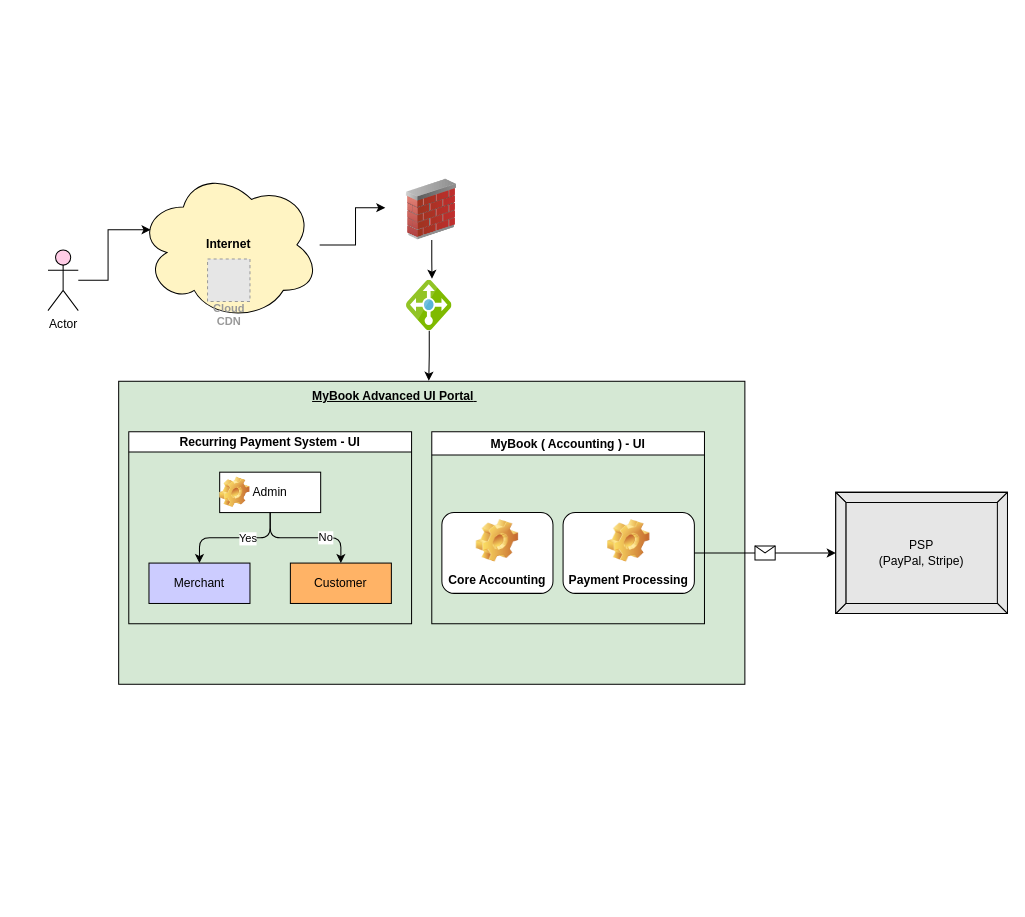
Above: Untitled Diagram.drawio in kk-ecu/tobedeleted (draw.io), before the change. Source tidied: cells renumbered, new cells numbered last; positions are measured from the earlier drawing's top-left corner, leaving out a move shared by most shapes. Both pictures are drawn from the tidied source at 101%, with x=0, y=0 at pixel (47, 169). Pictures stored in the file or linked from it are replaced by grey dashed boxes.
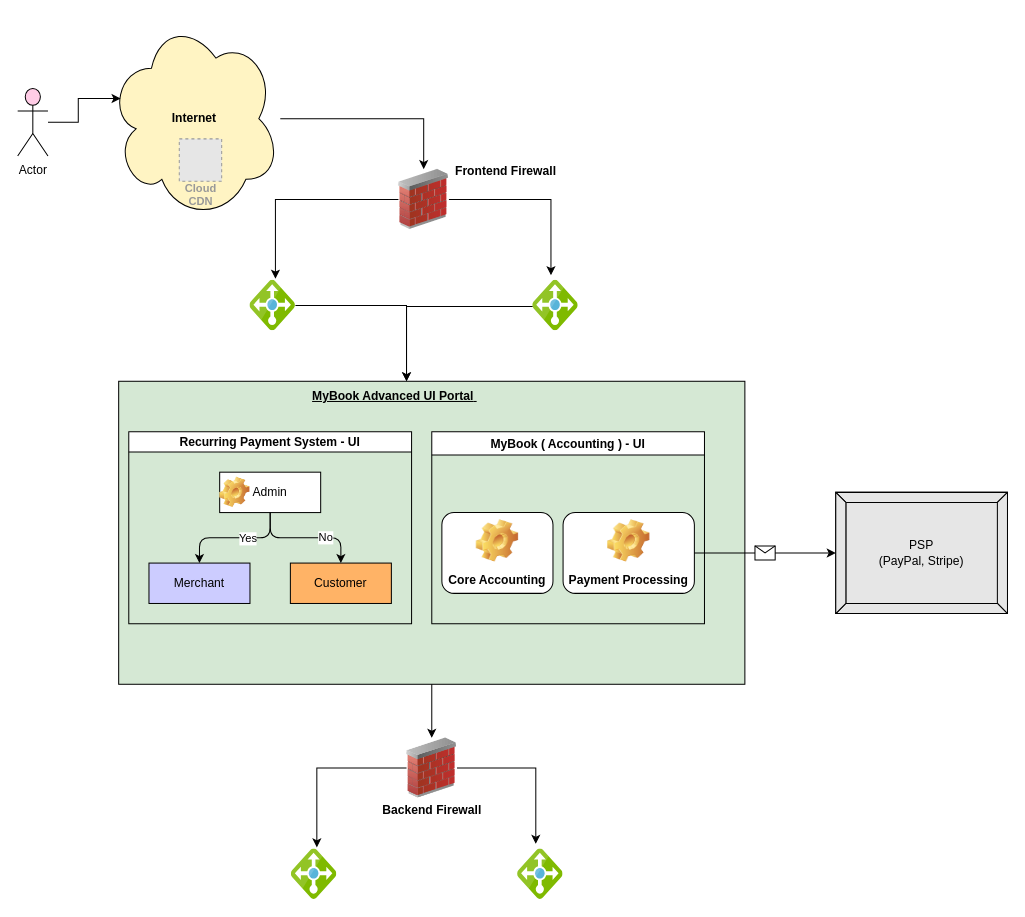
The same page after the edit.

The change refers to these unchanged cells:
```xml
<mxCell id="7" style="rounded=0;whiteSpace=wrap;html=1;fillColor=#D5E8D4;" parent="6" vertex="1">
  <mxGeometry width="620" height="300" as="geometry" />
</mxCell>
<mxCell id="8" value="&lt;div style=&quot;&quot;&gt;&lt;span style=&quot;background-color: initial;&quot;&gt;MyBook Advanced UI Portal&lt;/span&gt;&lt;span style=&quot;background-color: initial; text-wrap: nowrap; color: rgba(0, 0, 0, 0); font-family: monospace; font-size: 0px;&quot;&gt;%3 CmxGraphModel%3E%3Croot%3E%3CmxCell%20id%3D%220%22%2F%3E%3CmxCell%20id%3D%221%22%20parent%3D%220%22%2F%3E%3CmxCell%20id%3D%222%22%20value%3D%22c%22%20style%3D%22ellipse%3BwhiteSpace%3Dwrap%3Bhtml%3D1%3B%22%20vertex%3D%221%22%20parent%3D%221%22%3E%3CmxGeometry%20x%3D%22340%22%20y%3D%22470%22%20width%3D%2210%22%20height%3D%2210%22%20as%3D%22geometry%22%2F%3E%3C%2FmxCell%3E%3C%2Froot%3E%3C%2FmxGraphModel%3E&lt;/span&gt;&lt;span style=&quot;background-color: initial;&quot;&gt;&amp;nbsp;&lt;/span&gt;&lt;/div&gt;" style="text;html=1;align=left;verticalAlign=middle;whiteSpace=wrap;rounded=1;fontStyle=5;" parent="6" vertex="1">
  <mxGeometry x="190" width="190" height="30" as="geometry" />
</mxCell>
```

Change to the diagram source:
```diff
@@
     <mxCell id="2" value="&lt;div style=&quot;text-align: justify;&quot;&gt;&lt;b style=&quot;background-color: initial;&quot;&gt;Internet&lt;/b&gt;&lt;/div&gt;" style="ellipse;shape=cloud;whiteSpace=wrap;html=1;fillColor=#FFF4C3;align=center;" parent="1" vertex="1">
-      <mxGeometry x="89" width="180" height="150" as="geometry" />
+      <mxGeometry x="60" y="-150" width="170" height="200" as="geometry" />
     </mxCell>
     <mxCell id="3" value="Cloud&#10;CDN" style="fillColor=#E6E6E6;strokeColor=#999999;dashed=1;html=1;verticalAlign=top;labelPosition=center;verticalLabelPosition=bottom;align=center;spacingTop=-6;fontSize=11;fontStyle=1;fontColor=#999999;" parent="1" vertex="1">
-      <mxGeometry x="158" y="89" width="42" height="42" as="geometry" />
+      <mxGeometry x="130" y="-30" width="42" height="42" as="geometry" />
     </mxCell>
     <mxCell id="4" style="image;sketch=0;html=1;points=[];align=center;fontSize=12;image=img/lib/mscae/Load_Balancer_feature.svg;" parent="1" vertex="1">
-      <mxGeometry x="355" y="110" width="45" height="50" as="geometry" />
+      <mxGeometry x="200" y="110" width="45" height="50" as="geometry" />
     </mxCell>
     <mxCell id="5" value="Actor" style="shape=umlActor;verticalLabelPosition=bottom;verticalAlign=top;html=1;outlineConnect=0;fillColor=#FFCCE6;" parent="1" vertex="1">
-      <mxGeometry y="80" width="30" height="60" as="geometry" />
+      <mxGeometry x="-30" y="-80" width="30" height="67" as="geometry" />
     </mxCell>
@@
     <mxCell id="23" style="image;html=1;image=img/lib/clip_art/networking/Firewall_02_128x128.png;" parent="1" vertex="1">
-      <mxGeometry x="340" y="10" width="80" height="60" as="geometry" />
+      <mxGeometry x="347" width="50" height="60" as="geometry" />
     </mxCell>
-    <mxCell id="24" style="edgeStyle=orthogonalEdgeStyle;rounded=0;jettySize=auto;html=1;entryX=-0.075;entryY=0.469;entryDx=0;entryDy=0;entryPerimeter=0;" parent="1" edge="1" source="2" target="23">
+    <mxCell id="24" style="edgeStyle=orthogonalEdgeStyle;rounded=0;jettySize=auto;html=1;entryX=0.5;entryY=0;entryDx=0;entryDy=0;" parent="1" edge="1" source="2" target="23">
       <mxGeometry relative="1" as="geometry" />
     </mxCell>
-    <mxCell id="25" style="edgeStyle=orthogonalEdgeStyle;rounded=0;jettySize=auto;html=1;entryX=0.56;entryY=-0.03;entryDx=0;entryDy=0;entryPerimeter=0;" parent="1" edge="1" source="23" target="4">
+    <mxCell id="25" style="edgeStyle=orthogonalEdgeStyle;rounded=0;jettySize=auto;html=1;entryX=0.56;entryY=-0.03;entryDx=0;entryDy=0;entryPerimeter=0;exitX=0;exitY=0.5;exitDx=0;exitDy=0;" parent="1" edge="1" source="23" target="4">
       <mxGeometry relative="1" as="geometry" />
     </mxCell>
-    <mxCell id="26" style="edgeStyle=orthogonalEdgeStyle;rounded=0;jettySize=auto;html=1;entryX=0.616;entryY=-0.017;entryDx=0;entryDy=0;entryPerimeter=0;" parent="1" edge="1" source="4" target="8">
+    <mxCell id="26" style="edgeStyle=orthogonalEdgeStyle;rounded=0;jettySize=auto;html=1;entryX=0.5;entryY=0;entryDx=0;entryDy=0;" parent="1" edge="1" source="4" target="8">
       <mxGeometry relative="1" as="geometry" />
     </mxCell>
@@
+    <mxCell id="30" style="edgeStyle=orthogonalEdgeStyle;rounded=0;jettySize=auto;html=1;exitX=1;exitY=0.5;exitDx=0;exitDy=0;entryX=0.4;entryY=-0.1;entryDx=0;entryDy=0;entryPerimeter=0;" parent="1" edge="1" source="23" target="32">
+      <mxGeometry relative="1" as="geometry" />
+    </mxCell>
+    <mxCell id="31" style="edgeStyle=orthogonalEdgeStyle;rounded=0;jettySize=auto;html=1;entryX=0.5;entryY=0;entryDx=0;entryDy=0;exitX=0;exitY=0.52;exitDx=0;exitDy=0;exitPerimeter=0;" parent="1" edge="1" source="32" target="8">
+      <mxGeometry relative="1" as="geometry" />
+    </mxCell>
+    <mxCell id="32" style="image;sketch=0;html=1;points=[];align=center;fontSize=12;image=img/lib/mscae/Load_Balancer_feature.svg;" parent="1" vertex="1">
+      <mxGeometry x="480" y="110" width="45" height="50" as="geometry" />
+    </mxCell>
+    <mxCell id="33" value="Frontend Firewall" style="text;html=1;align=center;verticalAlign=middle;whiteSpace=wrap;rounded=0;fontStyle=1;" parent="1" vertex="1">
+      <mxGeometry x="397" y="-13" width="113" height="30" as="geometry" />
+    </mxCell>
+    <mxCell id="34" style="image;sketch=0;html=1;points=[];align=center;fontSize=12;image=img/lib/mscae/Load_Balancer_feature.svg;" parent="1" vertex="1">
+      <mxGeometry x="241" y="673" width="45" height="50" as="geometry" />
+    </mxCell>
+    <mxCell id="35" style="edgeStyle=orthogonalEdgeStyle;rounded=0;orthogonalLoop=1;jettySize=auto;html=1;exitX=0.5;exitY=1;exitDx=0;exitDy=0;" parent="1" edge="1">
+      <mxGeometry relative="1" as="geometry">
+        <mxPoint x="136" y="575" as="sourcePoint" />
+        <mxPoint x="136" y="575" as="targetPoint" />
+      </mxGeometry>
+    </mxCell>
+    <mxCell id="36" style="image;html=1;image=img/lib/clip_art/networking/Firewall_02_128x128.png;" parent="1" vertex="1">
+      <mxGeometry x="355" y="563" width="50" height="60" as="geometry" />
+    </mxCell>
+    <mxCell id="37" style="edgeStyle=orthogonalEdgeStyle;rounded=0;jettySize=auto;html=1;entryX=0.56;entryY=-0.03;entryDx=0;entryDy=0;entryPerimeter=0;exitX=0;exitY=0.5;exitDx=0;exitDy=0;" parent="1" edge="1" source="36" target="34">
+      <mxGeometry relative="1" as="geometry" />
+    </mxCell>
+    <mxCell id="38" style="edgeStyle=orthogonalEdgeStyle;rounded=0;jettySize=auto;html=1;exitX=1;exitY=0.5;exitDx=0;exitDy=0;entryX=0.4;entryY=-0.1;entryDx=0;entryDy=0;entryPerimeter=0;" parent="1" edge="1" source="36" target="39">
+      <mxGeometry relative="1" as="geometry" />
+    </mxCell>
+    <mxCell id="39" style="image;sketch=0;html=1;points=[];align=center;fontSize=12;image=img/lib/mscae/Load_Balancer_feature.svg;" parent="1" vertex="1">
+      <mxGeometry x="465" y="673" width="45" height="50" as="geometry" />
+    </mxCell>
+    <mxCell id="40" value="Backend Firewall" style="text;html=1;align=center;verticalAlign=middle;whiteSpace=wrap;rounded=0;fontStyle=1;" parent="1" vertex="1">
+      <mxGeometry x="323.5" y="620" width="113" height="30" as="geometry" />
+    </mxCell>
+    <mxCell id="41" style="edgeStyle=orthogonalEdgeStyle;rounded=0;jettySize=auto;html=1;" parent="1" edge="1" source="7" target="36">
+      <mxGeometry relative="1" as="geometry" />
+    </mxCell>
```
